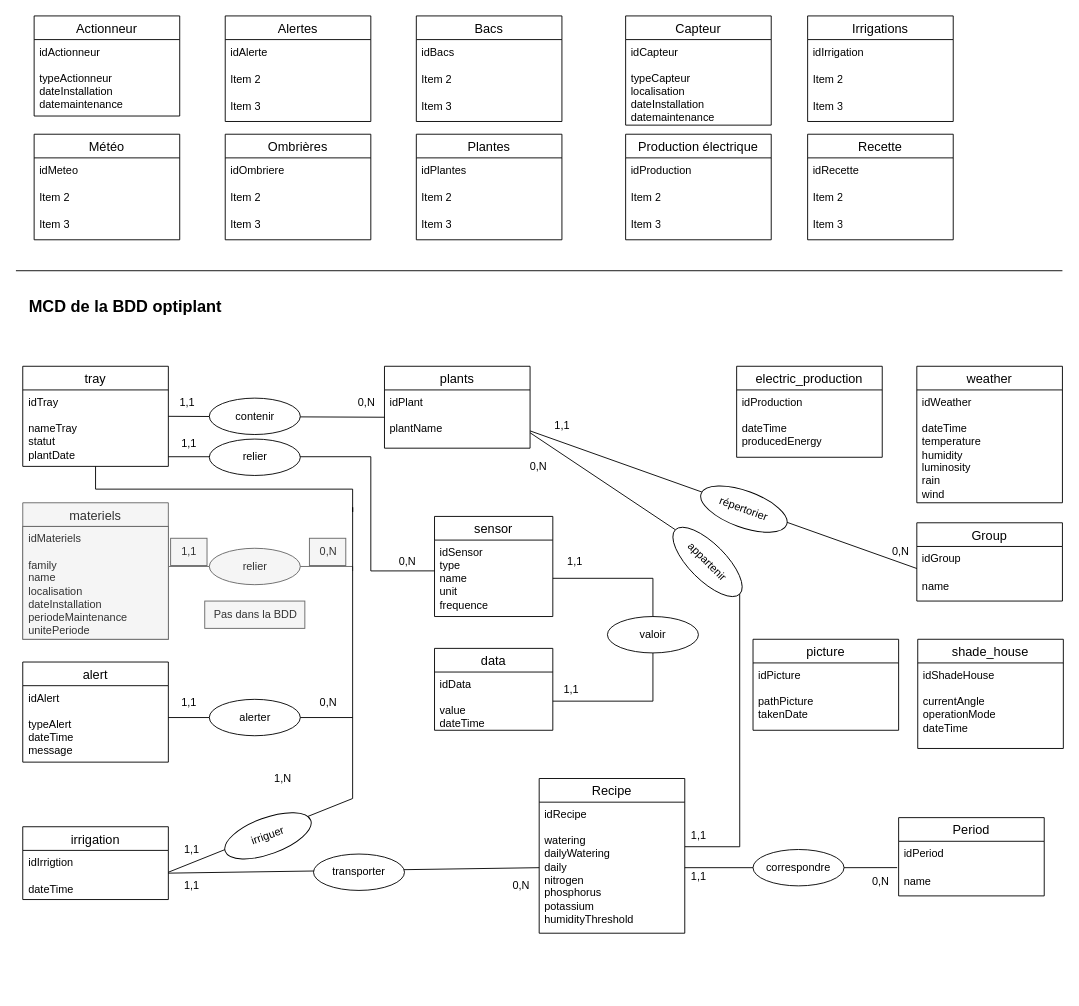
Earlier version of the draw.io diagram MCD.drawio (SAE601/BDD). Source tidied: cells renumbered, new cells numbered last; positions are measured from the earlier drawing's top-left corner, leaving out a move shared by most shapes. Both pictures are drawn from the tidied source at 91%, with x=0, y=0 at pixel (15, 15).
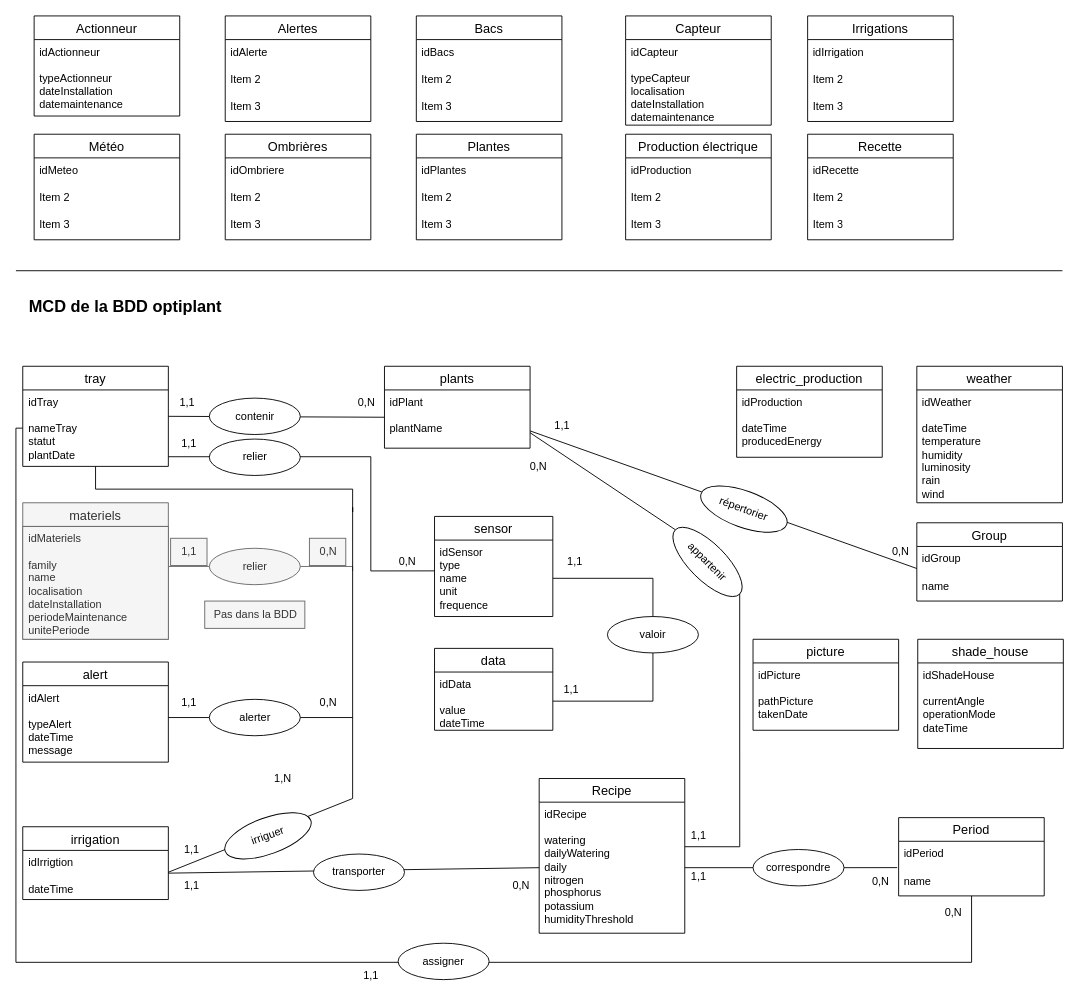
The same diagram, later.

Unchanged cells that the change refers to:
```xml
<mxCell id="36" value="&lt;div&gt;idTray&lt;u&gt; &lt;/u&gt;&lt;/div&gt;&lt;div&gt;&lt;br&gt;&lt;/div&gt;&lt;div&gt;nameTray&lt;/div&gt;&lt;div&gt;&lt;span style=&quot;white-space: pre;&quot;&gt;statut&lt;br&gt;&lt;/span&gt;&lt;/div&gt;&lt;div&gt;&lt;div&gt;plantDate&lt;/div&gt;&lt;br&gt;&lt;span style=&quot;white-space: pre;&quot;&gt;&lt;/span&gt;&lt;/div&gt;&lt;div&gt;&lt;br&gt;&lt;/div&gt;" style="text;strokeColor=none;fillColor=none;spacingLeft=4;spacingRight=4;overflow=hidden;points=[[0,0.5],[1,0.5]];portConstraint=eastwest;fontSize=12;whiteSpace=wrap;html=1;" parent="35" vertex="1">
  <mxGeometry y="26" width="160" height="84" as="geometry" />
</mxCell>
<mxCell id="67" value="name" style="text;strokeColor=none;fillColor=none;spacingLeft=4;spacingRight=4;overflow=hidden;points=[[0,0.5],[1,0.5]];portConstraint=eastwest;fontSize=12;whiteSpace=wrap;html=1;" parent="65" vertex="1">
  <mxGeometry y="56" width="160" height="30" as="geometry" />
</mxCell>
```

The edit, as a diff of the source:
```diff
@@
+    <mxCell id="117" style="edgeStyle=orthogonalEdgeStyle;rounded=0;jettySize=auto;html=1;exitX=0;exitY=0.5;exitDx=0;exitDy=0;entryX=0.501;entryY=1;entryDx=0;entryDy=0;entryPerimeter=0;endArrow=none;startFill=0;" parent="1" edge="1" source="36" target="67">
+      <mxGeometry relative="1" as="geometry">
+        <Array as="points">
+          <mxPoint y="453" />
+          <mxPoint y="1040" />
+          <mxPoint x="1050" y="1040" />
+        </Array>
+      </mxGeometry>
+    </mxCell>
+    <mxCell id="118" value="assigner" style="ellipse;whiteSpace=wrap;html=1;align=center;rotation=0;" parent="1" vertex="1">
+      <mxGeometry x="420" y="1019" width="100" height="40" as="geometry" />
+    </mxCell>
+    <mxCell id="119" value="1,1" style="text;html=1;align=center;verticalAlign=middle;strokeColor=none;fillColor=none;" parent="1" vertex="1">
+      <mxGeometry x="370" y="1040" width="40" height="30" as="geometry" />
+    </mxCell>
+    <mxCell id="120" value="0,N" style="text;html=1;align=center;verticalAlign=middle;strokeColor=none;fillColor=none;" parent="1" vertex="1">
+      <mxGeometry x="1010" y="971" width="40" height="30" as="geometry" />
+    </mxCell>
```
